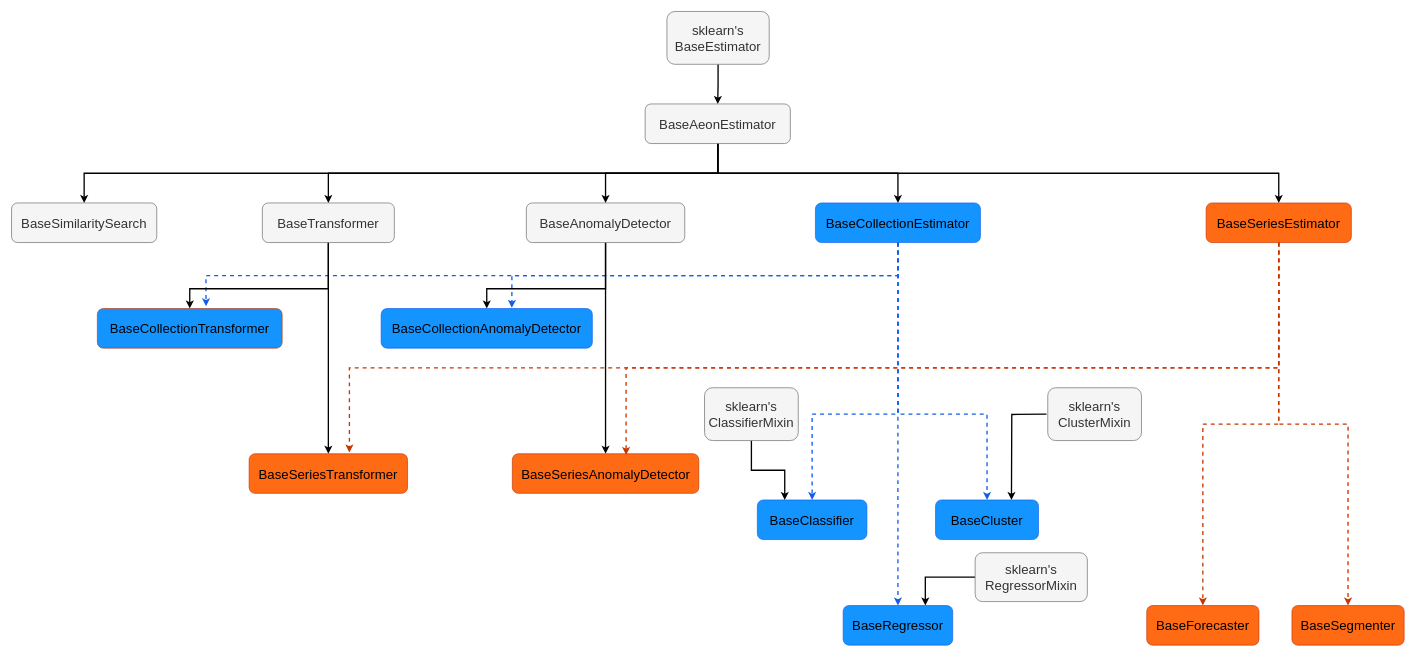
This is examples/base/img/aeon_uml_simple.drawio from aeon-toolkit/aeon, a draw.io file, before an edit. Source tidied: cells renumbered, new cells numbered last; positions are measured from the earlier drawing's top-left corner, leaving out a move shared by most shapes. Both pictures are drawn from the tidied source at 66%, with x=0, y=0 at pixel (11, 11).
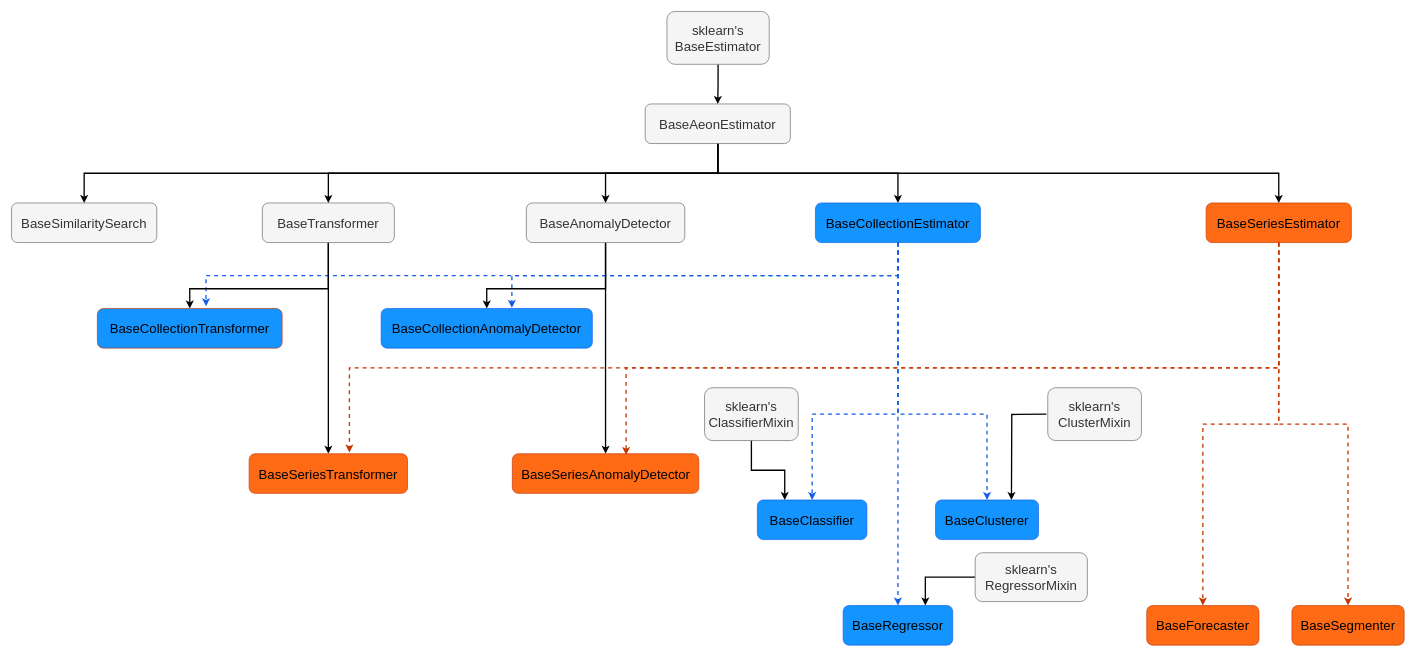
The same diagram, later.

Diff of the diagram source:
```diff
@@
-    <mxCell id="28" value="&lt;font&gt;BaseCluster&lt;/font&gt;" style="rounded=1;whiteSpace=wrap;html=1;fillColor=light-dark(#1494FF,#1494FF);fontColor=#000000;strokeColor=light-dark(#125DE9,#125DE9);fontSize=20;" parent="1" vertex="1">
+    <mxCell id="28" value="&lt;font&gt;BaseCluster&lt;/font&gt;er" style="rounded=1;whiteSpace=wrap;html=1;fillColor=light-dark(#1494FF,#1494FF);fontColor=#000000;strokeColor=light-dark(#125DE9,#125DE9);fontSize=20;" parent="1" vertex="1">
       <mxGeometry x="1400" y="740" width="156" height="60" as="geometry" />
     </mxCell>
```
